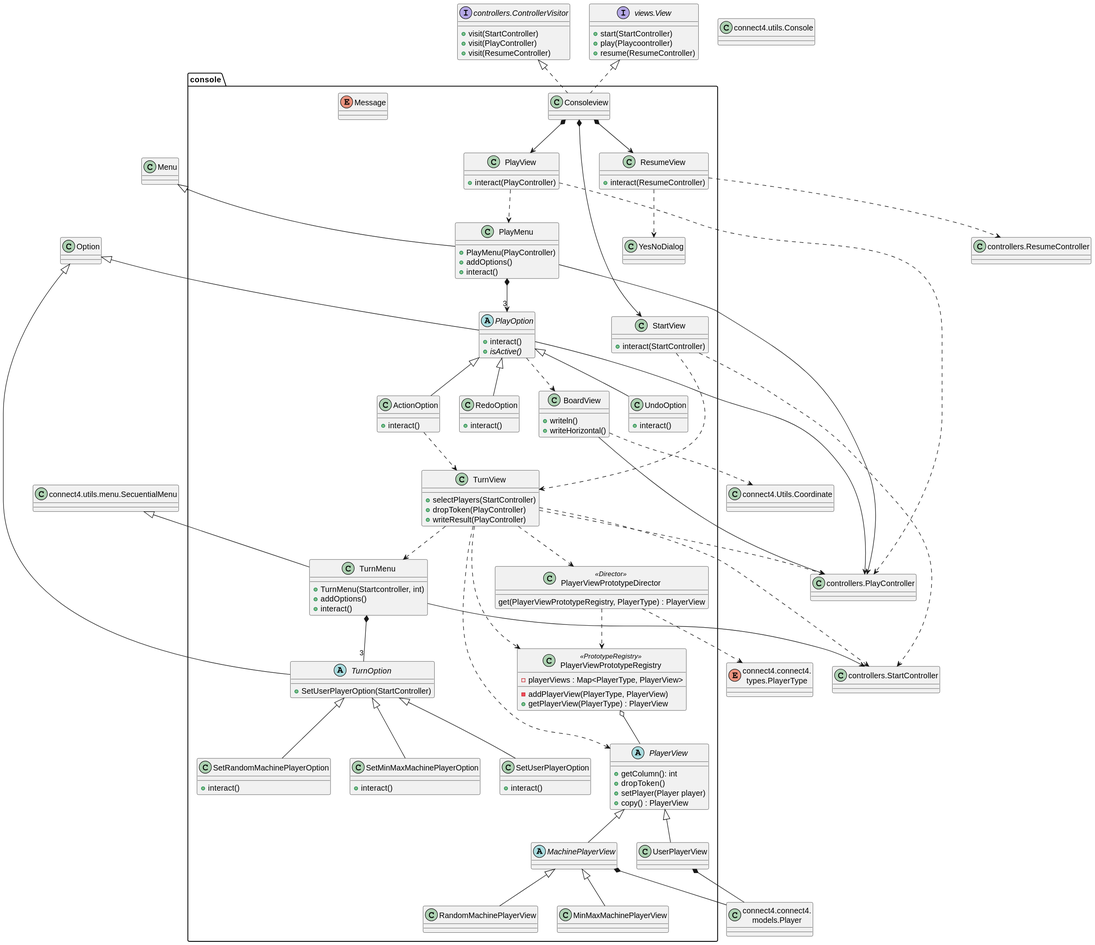
Above: out/connect4/Docs/diagrams/src/packages/connect4.connect4.views.console/connect4.connect4.console.console.svg in js-rom/connect4 (PlantUML), before the change.
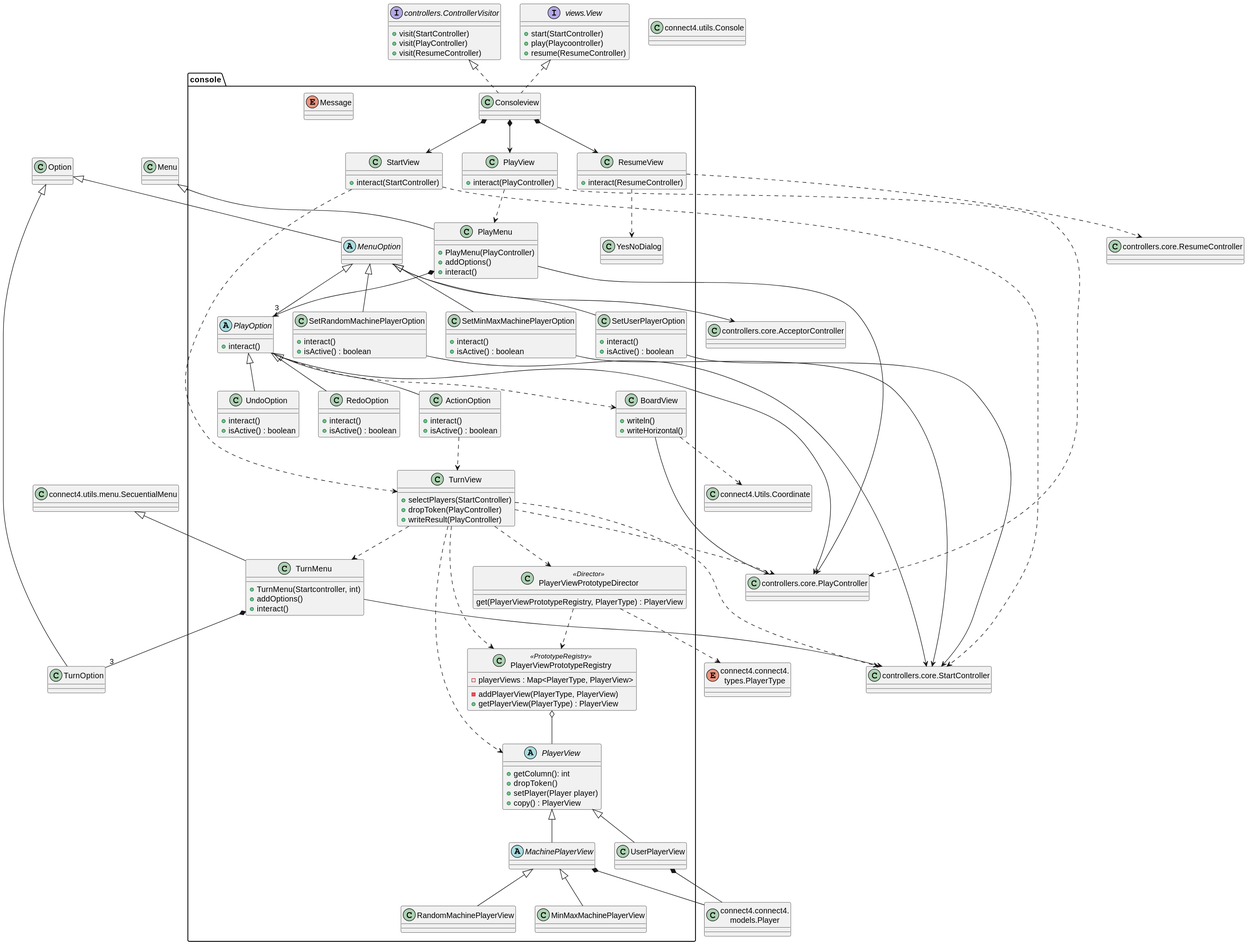
The same diagram one commit later.

The edit, as a diff of the source:
```diff
@@ -41,20 +41,19 @@
     +interact()
 }
 
-abstract class console.TurnOption{
-    +SetUserPlayerOption(StartController)
-}
-
 class console.SetRandomMachinePlayerOption{
         +interact()
+        +isActive() : boolean
 }
 
 class console.SetMinMaxMachinePlayerOption{
         +interact()
+        +isActive() : boolean
 }
 
 class console.SetUserPlayerOption{
         +interact()
+        +isActive() : boolean
 }
 
 enum console.Message
@@ -70,9 +69,10 @@
     -addPlayerView(PlayerType, PlayerView)
     +getPlayerView(PlayerType) : PlayerView
 }
-class StartController as "controllers.StartController"
-class PlayController as "controllers.PlayController"
-class ResumeController as "controllers.ResumeController"
+class StartController as "controllers.core.StartController"
+class PlayController as "controllers.core.PlayController"
+class ResumeController as "controllers.core.ResumeController"
+class AcceptorController as "controllers.core.AcceptorController"
 
 interface View as "views.View"{
     +start(StartController)
@@ -94,19 +94,28 @@
 
 abstract class console.PlayOption {
     +interact()
-    + {abstract} isActive()
 }
 class console.UndoOption {
     +interact()
+    +isActive() : boolean
 }
 
 class console.RedoOption {
     +interact()
+    +isActive() : boolean
 }
 
 class console.ActionOption {
     +interact()
+    +isActive() : boolean
 }
+
+abstract class console.MenuOption {
+}
+
+Option <|-- MenuOption
+MenuOption <|-- PlayOption
+MenuOption --> AcceptorController
 
 View <|.. Consoleview
 ControllerVisitor <|.. Consoleview
@@ -121,7 +130,6 @@
 StartView ..> TurnView
 
 Menu <|-- PlayMenu
-Option <|-- PlayOption
 PlayOption --> PlayController
 PlayOption ..> BoardView
 PlayOption <|-- ActionOption
@@ -147,9 +155,12 @@
 MachinePlayerView <|-- MinMaxMachinePlayerView
 MachinePlayerView <|-- RandomMachinePlayerView
 
-TurnOption <|-- SetRandomMachinePlayerOption
-TurnOption <|-- SetMinMaxMachinePlayerOption
-TurnOption <|-- SetUserPlayerOption
+MenuOption <|-- SetRandomMachinePlayerOption
+MenuOption <|-- SetMinMaxMachinePlayerOption
+MenuOption <|-- SetUserPlayerOption
+SetUserPlayerOption --> StartController
+SetRandomMachinePlayerOption --> StartController
+SetMinMaxMachinePlayerOption --> StartController
 TurnMenu --> StartController
 
 PlayerViewPrototypeDirector ..> PlayerViewPrototypeRegistry
```
